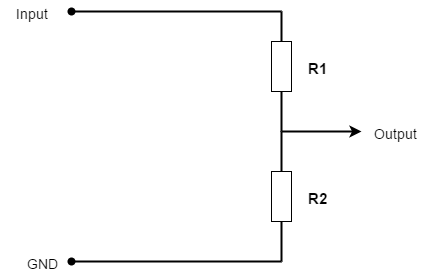
Above: EN/app/images/schemas/Schema Pont Diviseur.png in AlvinFrey/Electronic-Calculator (draw.io), before the change. Source tidied: cells renumbered, new cells last; positions are measured from the earlier drawing's top-left corner, leaving out a move shared by most shapes. The source it was exported from:
```xml
<mxGraphModel>
  <root>
    <mxCell id="0" />
    <mxCell id="1" parent="0" />
    <mxCell id="2" style="endArrow=none;html=1;endSize=6;strokeWidth=2;startArrow=oval;startFill=1;endFill=0;" parent="1" edge="1">
      <mxGeometry relative="1" as="geometry">
        <mxPoint x="70" y="10" as="sourcePoint" />
        <mxPoint x="280" y="10" as="targetPoint" />
      </mxGeometry>
    </mxCell>
    <mxCell id="3" style="whiteSpace=wrap;html=1;" parent="1" vertex="1">
      <mxGeometry x="270" y="40" width="20" height="50" as="geometry" />
    </mxCell>
    <mxCell id="4" style="endArrow=none;html=1;strokeWidth=2;endFill=0;" parent="1" edge="1" target="3">
      <mxGeometry relative="1" as="geometry">
        <mxPoint x="280" y="10" as="sourcePoint" />
      </mxGeometry>
    </mxCell>
    <mxCell id="5" style="endArrow=none;html=1;strokeWidth=2;exitX=0.5;exitY=1;endFill=0;" parent="1" edge="1" source="3">
      <mxGeometry relative="1" as="geometry">
        <mxPoint x="280" y="130" as="targetPoint" />
      </mxGeometry>
    </mxCell>
    <mxCell id="6" style="endArrow=classic;html=1;strokeWidth=2;" parent="1" edge="1">
      <mxGeometry relative="1" as="geometry">
        <mxPoint x="280" y="130" as="sourcePoint" />
        <mxPoint x="360" y="130" as="targetPoint" />
      </mxGeometry>
    </mxCell>
    <mxCell id="7" style="endArrow=none;html=1;strokeWidth=2;endFill=0;" parent="1" edge="1">
      <mxGeometry relative="1" as="geometry">
        <mxPoint x="280" y="130" as="sourcePoint" />
        <mxPoint x="280" y="170" as="targetPoint" />
      </mxGeometry>
    </mxCell>
    <mxCell id="8" style="whiteSpace=wrap;html=1;" parent="1" vertex="1">
      <mxGeometry x="270" y="170" width="20" height="50" as="geometry" />
    </mxCell>
    <mxCell id="9" style="endArrow=none;html=1;strokeWidth=2;startArrow=oval;startFill=1;endFill=0;" parent="1" edge="1">
      <mxGeometry relative="1" as="geometry">
        <mxPoint x="70" y="260" as="sourcePoint" />
        <mxPoint x="280" y="260" as="targetPoint" />
      </mxGeometry>
    </mxCell>
    <mxCell id="10" style="endArrow=none;html=1;strokeWidth=2;entryX=0.5;entryY=1;endFill=0;" parent="1" edge="1" target="8">
      <mxGeometry relative="1" as="geometry">
        <mxPoint x="280" y="260" as="sourcePoint" />
      </mxGeometry>
    </mxCell>
    <mxCell id="11" value="&lt;b&gt;&lt;font style=&quot;font-size: 15px&quot;&gt;R2&lt;/font&gt;&lt;/b&gt;" style="text;html=1;strokeColor=none;fillColor=none;align=center;verticalAlign=middle;whiteSpace=wrap;overflow=hidden;" parent="1" vertex="1">
      <mxGeometry x="280" y="183" width="70" height="25" as="geometry" />
    </mxCell>
    <mxCell id="12" value="&lt;b&gt;&lt;font style=&quot;font-size: 15px&quot;&gt;R1&lt;/font&gt;&lt;/b&gt;" style="text;html=1;strokeColor=none;fillColor=none;align=center;verticalAlign=middle;whiteSpace=wrap;overflow=hidden;" parent="1" vertex="1">
      <mxGeometry x="280" y="53" width="70" height="25" as="geometry" />
    </mxCell>
    <mxCell id="13" value="&lt;font style=&quot;font-size: 14px&quot;&gt;Input&lt;/font&gt;" style="text;html=1;strokeColor=none;fillColor=none;align=center;verticalAlign=middle;whiteSpace=wrap;overflow=hidden;" parent="1" vertex="1">
      <mxGeometry width="60" height="20" as="geometry" />
    </mxCell>
    <mxCell id="14" value="&lt;font style=&quot;font-size: 14px&quot;&gt;GND&lt;/font&gt;" style="text;html=1;strokeColor=none;fillColor=none;align=center;verticalAlign=middle;whiteSpace=wrap;overflow=hidden;" parent="1" vertex="1">
      <mxGeometry x="20" y="250" width="40" height="20" as="geometry" />
    </mxCell>
    <mxCell id="15" value="&lt;font style=&quot;font-size: 14px&quot;&gt;Output&lt;/font&gt;" style="text;html=1;strokeColor=none;fillColor=none;align=center;verticalAlign=middle;whiteSpace=wrap;overflow=hidden;" parent="1" vertex="1">
      <mxGeometry x="365" y="120" width="57" height="20" as="geometry" />
    </mxCell>
  </root>
</mxGraphModel>
```
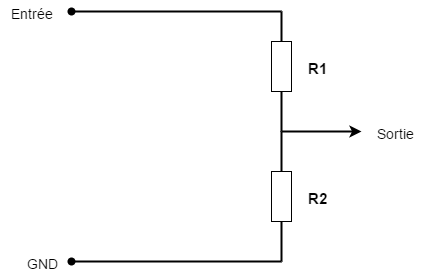
Above is the later version.

The edit, as a diff of the source:
```diff
@@ -53,13 +53,13 @@
     <mxCell id="12" value="&lt;b&gt;&lt;font style=&quot;font-size: 15px&quot;&gt;R1&lt;/font&gt;&lt;/b&gt;" style="text;html=1;strokeColor=none;fillColor=none;align=center;verticalAlign=middle;whiteSpace=wrap;overflow=hidden;" parent="1" vertex="1">
       <mxGeometry x="280" y="53" width="70" height="25" as="geometry" />
     </mxCell>
-    <mxCell id="13" value="&lt;font style=&quot;font-size: 14px&quot;&gt;Input&lt;/font&gt;" style="text;html=1;strokeColor=none;fillColor=none;align=center;verticalAlign=middle;whiteSpace=wrap;overflow=hidden;" parent="1" vertex="1">
+    <mxCell id="13" value="&lt;font style=&quot;font-size: 14px&quot;&gt;Entrée&lt;/font&gt;" style="text;html=1;strokeColor=none;fillColor=none;align=center;verticalAlign=middle;whiteSpace=wrap;overflow=hidden;" parent="1" vertex="1">
       <mxGeometry width="60" height="20" as="geometry" />
     </mxCell>
     <mxCell id="14" value="&lt;font style=&quot;font-size: 14px&quot;&gt;GND&lt;/font&gt;" style="text;html=1;strokeColor=none;fillColor=none;align=center;verticalAlign=middle;whiteSpace=wrap;overflow=hidden;" parent="1" vertex="1">
       <mxGeometry x="20" y="250" width="40" height="20" as="geometry" />
     </mxCell>
-    <mxCell id="15" value="&lt;font style=&quot;font-size: 14px&quot;&gt;Output&lt;/font&gt;" style="text;html=1;strokeColor=none;fillColor=none;align=center;verticalAlign=middle;whiteSpace=wrap;overflow=hidden;" parent="1" vertex="1">
+    <mxCell id="15" value="&lt;font style=&quot;font-size: 14px&quot;&gt;Sortie&lt;/font&gt;" style="text;html=1;strokeColor=none;fillColor=none;align=center;verticalAlign=middle;whiteSpace=wrap;overflow=hidden;" parent="1" vertex="1">
       <mxGeometry x="365" y="120" width="57" height="20" as="geometry" />
     </mxCell>
   </root>
```
